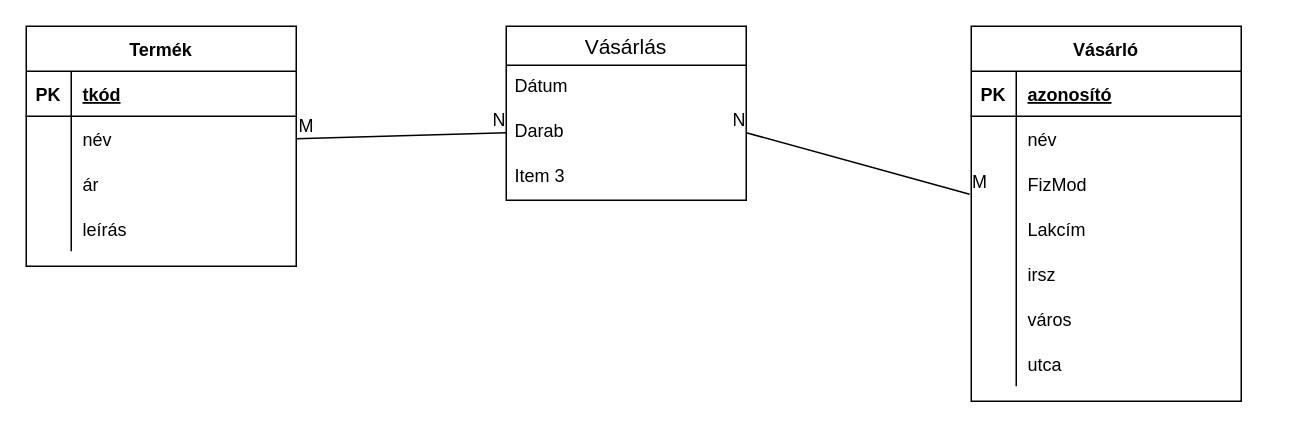
Before: HEPMIU_1011/hepmiu_5.1.drawio in urbanoliver/HEPMIU_DB1Gyak, a draw.io diagram. Source tidied: cells renumbered, new cells numbered last; positions are measured from the earlier drawing's top-left corner, leaving out a move shared by most shapes. Both pictures are drawn from the tidied source at 150%, with x=0, y=0 at pixel (26, 26).
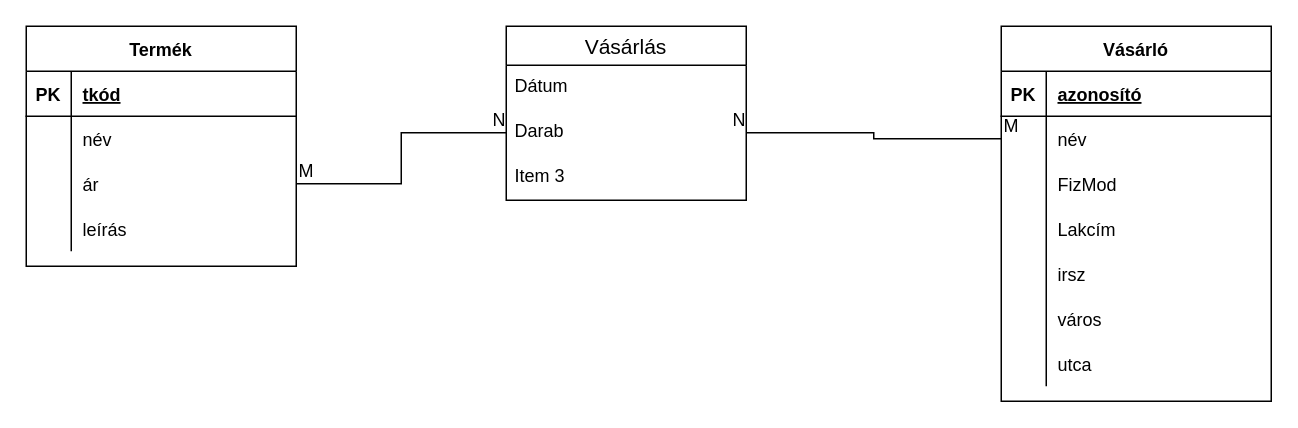
The same page after the edit.

Unchanged cells that the change refers to:
```xml
<mxCell id="6" style="shape=tableRow;horizontal=0;startSize=0;swimlaneHead=0;swimlaneBody=0;fillColor=none;points=[[0,0.5],[1,0.5]];portConstraint=eastwest;top=0;left=0;right=0;bottom=0;" parent="2" vertex="1">
  <mxGeometry y="60" width="180" height="30" as="geometry" />
</mxCell>
<mxCell id="9" style="shape=tableRow;horizontal=0;startSize=0;swimlaneHead=0;swimlaneBody=0;fillColor=none;points=[[0,0.5],[1,0.5]];portConstraint=eastwest;top=0;left=0;right=0;bottom=0;" parent="2" vertex="1">
  <mxGeometry y="90" width="180" height="30" as="geometry" />
</mxCell>
<mxCell id="28" style="shape=tableRow;horizontal=0;startSize=0;swimlaneHead=0;swimlaneBody=0;fillColor=none;points=[[0,0.5],[1,0.5]];portConstraint=eastwest;top=0;left=0;right=0;bottom=0;" parent="24" vertex="1">
  <mxGeometry y="60" width="180" height="30" as="geometry" />
</mxCell>
<mxCell id="31" style="shape=tableRow;horizontal=0;startSize=0;swimlaneHead=0;swimlaneBody=0;fillColor=none;points=[[0,0.5],[1,0.5]];portConstraint=eastwest;top=0;left=0;right=0;bottom=0;" parent="24" vertex="1">
  <mxGeometry y="90" width="180" height="30" as="geometry" />
</mxCell>
<mxCell id="39" value="Darab" style="text;strokeColor=none;fillColor=none;spacingLeft=4;spacingRight=4;overflow=hidden;points=[[0,0.5],[1,0.5]];portConstraint=eastwest;fontSize=12;" parent="37" vertex="1">
  <mxGeometry y="56" width="160" height="30" as="geometry" />
</mxCell>
```

What changed in the source:
```diff
@@
     <mxCell id="2" value="Vásárló" style="shape=table;startSize=30;childLayout=tableLayout;rowLines=0;fontStyle=1;align=center;" parent="1" vertex="1">
-      <mxGeometry x="630" width="180" height="250" as="geometry" />
+      <mxGeometry x="650" width="180" height="250" as="geometry" />
     </mxCell>
@@
-    <mxCell id="41" style="endArrow=none;html=1;rounded=0;exitX=1;exitY=0.5;exitDx=0;exitDy=0;entryX=0;entryY=0.5;entryDx=0;entryDy=0;" parent="1" edge="1" source="28" target="39">
-      <mxGeometry relative="1" as="geometry" />
-    </mxCell>
-    <mxCell id="42" value="M" style="html=1;align=left;verticalAlign=bottom;" parent="41" vertex="1">
-      <mxGeometry x="-1" relative="1" as="geometry" />
-    </mxCell>
-    <mxCell id="43" value="N" style="html=1;align=right;verticalAlign=bottom;" parent="41" vertex="1">
-      <mxGeometry x="1" relative="1" as="geometry" />
-    </mxCell>
-    <mxCell id="44" style="endArrow=none;html=1;rounded=0;entryX=1;entryY=0.5;entryDx=0;entryDy=0;exitX=-0.006;exitY=0.733;exitDx=0;exitDy=0;exitPerimeter=0;" parent="1" edge="1" source="9" target="39">
-      <mxGeometry relative="1" as="geometry" />
-    </mxCell>
-    <mxCell id="45" value="M" style="html=1;align=left;verticalAlign=bottom;" parent="44" vertex="1">
-      <mxGeometry x="-1" relative="1" as="geometry" />
-    </mxCell>
-    <mxCell id="46" value="N" style="html=1;align=right;verticalAlign=bottom;" parent="44" vertex="1">
-      <mxGeometry x="1" relative="1" as="geometry" />
-    </mxCell>
+    <mxCell id="47" style="endArrow=none;html=1;rounded=0;exitX=1;exitY=0.5;exitDx=0;exitDy=0;entryX=0;entryY=0.5;entryDx=0;entryDy=0;edgeStyle=orthogonalEdgeStyle;" parent="1" edge="1" source="31" target="39">
+      <mxGeometry relative="1" as="geometry" />
+    </mxCell>
+    <mxCell id="48" value="M" style="html=1;align=left;verticalAlign=bottom;" parent="47" vertex="1">
+      <mxGeometry x="-1" relative="1" as="geometry" />
+    </mxCell>
+    <mxCell id="49" value="N" style="html=1;align=right;verticalAlign=bottom;" parent="47" vertex="1">
+      <mxGeometry x="1" relative="1" as="geometry" />
+    </mxCell>
+    <mxCell id="50" style="endArrow=none;html=1;rounded=0;entryX=1;entryY=0.5;entryDx=0;entryDy=0;exitX=0;exitY=0.5;exitDx=0;exitDy=0;edgeStyle=orthogonalEdgeStyle;" parent="1" edge="1" source="6" target="39">
+      <mxGeometry relative="1" as="geometry" />
+    </mxCell>
+    <mxCell id="51" value="M" style="html=1;align=left;verticalAlign=bottom;" parent="50" vertex="1">
+      <mxGeometry x="-1" relative="1" as="geometry" />
+    </mxCell>
+    <mxCell id="52" value="N" style="html=1;align=right;verticalAlign=bottom;" parent="50" vertex="1">
+      <mxGeometry x="1" relative="1" as="geometry" />
+    </mxCell>
```
